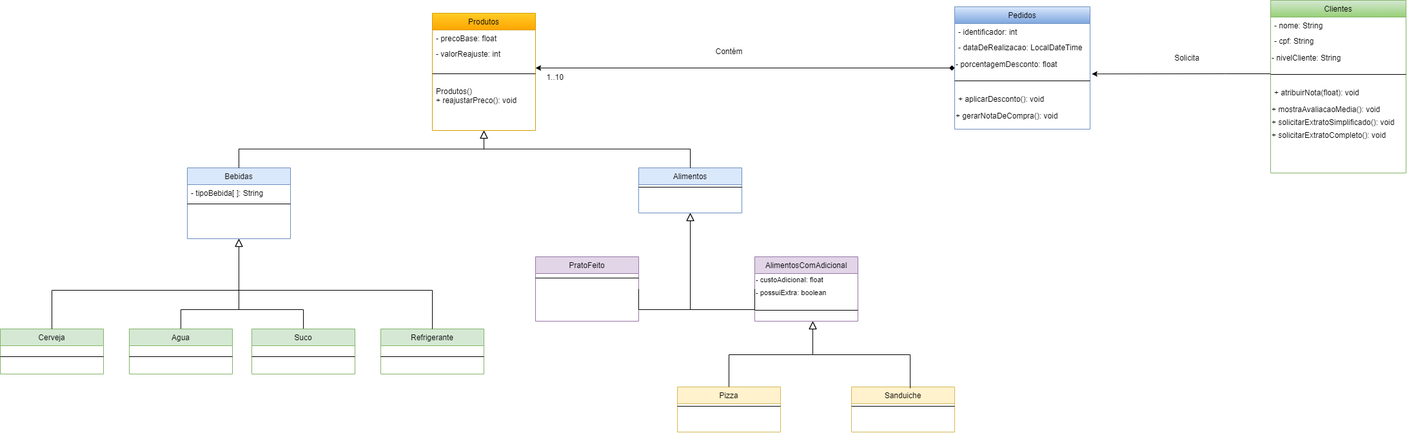
This is UML-TP.png from DisciplinasProgramacao/tp-final-em-grupo-grupo-06-lab-programacao-modular, a draw.io export, as it was before one commit. Source tidied: cells renumbered, new cells last; positions are measured from the earlier drawing's top-left corner, leaving out a move shared by most shapes.
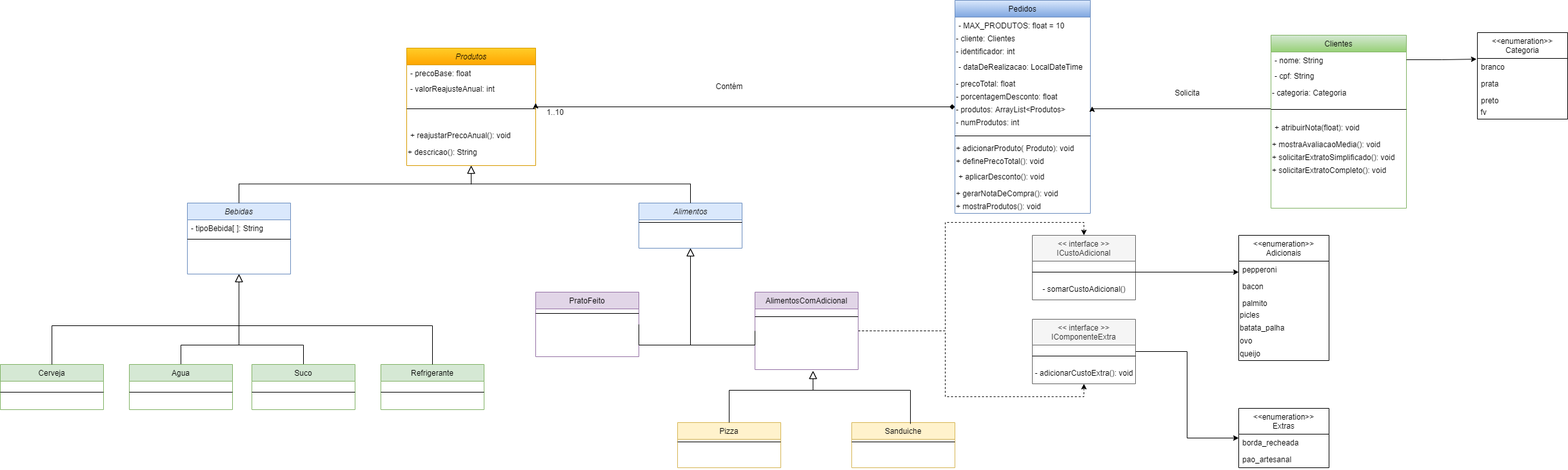
Above is the later version.

Change to the diagram source:
```diff
@@ -2,22 +2,25 @@
   <root>
     <mxCell id="0" />
     <mxCell id="1" parent="0" />
-    <mxCell id="2" value="Produtos" style="swimlane;fontStyle=0;align=center;verticalAlign=top;horizontal=1;startSize=26;rounded=0;shadow=0;strokeWidth=1;fillColor=#ffcd28;gradientColor=#ffa500;strokeColor=#d79b00;" parent="1" vertex="1">
-      <mxGeometry x="670" y="20" width="160" height="182" as="geometry" />
+    <mxCell id="2" value="Produtos" style="swimlane;fontStyle=2;align=center;verticalAlign=top;horizontal=1;startSize=26;rounded=0;shadow=0;strokeWidth=1;fillColor=#ffcd28;gradientColor=#ffa500;strokeColor=#d79b00;" parent="1" vertex="1">
+      <mxGeometry x="630" y="20" width="200" height="182" as="geometry" />
     </mxCell>
     <mxCell id="3" value="- precoBase: float" style="text;align=left;verticalAlign=top;spacingLeft=4;spacingRight=4;overflow=hidden;" parent="2" vertex="1">
-      <mxGeometry y="26" width="160" height="24" as="geometry" />
+      <mxGeometry y="26" width="200" height="24" as="geometry" />
     </mxCell>
-    <mxCell id="4" value="- valorReajuste: int" style="text;align=left;verticalAlign=top;spacingLeft=4;spacingRight=4;overflow=hidden;points=[[0,0.5],[1,0.5]];portConstraint=eastwest;rounded=0;shadow=0;html=0;" parent="2" vertex="1">
-      <mxGeometry y="50" width="160" height="30" as="geometry" />
+    <mxCell id="4" value="- valorReajusteAnual: int" style="text;align=left;verticalAlign=top;spacingLeft=4;spacingRight=4;overflow=hidden;points=[[0,0.5],[1,0.5]];portConstraint=eastwest;rounded=0;shadow=0;html=0;" parent="2" vertex="1">
+      <mxGeometry y="50" width="200" height="30" as="geometry" />
     </mxCell>
     <mxCell id="5" style="line;html=1;strokeWidth=1;align=left;verticalAlign=middle;spacingTop=-1;spacingLeft=3;spacingRight=3;labelPosition=right;" parent="2" vertex="1">
-      <mxGeometry y="80" width="160" height="28" as="geometry" />
+      <mxGeometry y="80" width="200" height="28" as="geometry" />
     </mxCell>
-    <mxCell id="6" value="Produtos()&#10;+ reajustarPreco(): void" style="text;align=left;verticalAlign=top;spacingLeft=4;spacingRight=4;overflow=hidden;" parent="2" vertex="1">
-      <mxGeometry y="108" width="160" height="44" as="geometry" />
+    <mxCell id="6" value="&#10;+ reajustarPrecoAnual(): void" style="text;align=left;verticalAlign=top;spacingLeft=4;spacingRight=4;overflow=hidden;" parent="2" vertex="1">
+      <mxGeometry y="108" width="200" height="44" as="geometry" />
     </mxCell>
+    <mxCell id="61" value="+ descricao(): String" style="text;html=1;align=left;verticalAlign=middle;strokeColor=none;fillColor=none;" parent="2" vertex="1">
+      <mxGeometry y="152" width="200" height="20" as="geometry" />
+    </mxCell>
-    <mxCell id="7" value="Bebidas&#10;" style="swimlane;fontStyle=0;align=center;verticalAlign=top;horizontal=1;startSize=26;rounded=0;shadow=0;strokeWidth=1;fillColor=#dae8fc;strokeColor=#6c8ebf;" parent="1" vertex="1">
+    <mxCell id="7" value="Bebidas&#10;" style="swimlane;fontStyle=2;align=center;verticalAlign=top;horizontal=1;startSize=26;rounded=0;shadow=0;strokeWidth=1;fillColor=#dae8fc;strokeColor=#6c8ebf;" parent="1" vertex="1">
       <mxGeometry x="290" y="260" width="160" height="110" as="geometry" />
     </mxCell>
     <mxCell id="8" value="- tipoBebida[ ]: String" style="text;align=left;verticalAlign=top;spacingLeft=4;spacingRight=4;overflow=hidden;" parent="7" vertex="1">
@@ -29,7 +32,7 @@
     <mxCell id="10" style="endArrow=block;endSize=10;endFill=0;shadow=0;strokeWidth=1;rounded=0;edgeStyle=elbowEdgeStyle;elbow=vertical;" parent="1" edge="1" source="7" target="2">
       <mxGeometry relative="1" as="geometry" />
     </mxCell>
-    <mxCell id="11" value="Alimentos&#10;" style="swimlane;fontStyle=0;align=center;verticalAlign=top;horizontal=1;startSize=26;rounded=0;shadow=0;strokeWidth=1;fillColor=#dae8fc;strokeColor=#6c8ebf;" parent="1" vertex="1">
+    <mxCell id="11" value="Alimentos&#10;" style="swimlane;fontStyle=2;align=center;verticalAlign=top;horizontal=1;startSize=26;rounded=0;shadow=0;strokeWidth=1;fillColor=#dae8fc;strokeColor=#6c8ebf;" parent="1" vertex="1">
       <mxGeometry x="990" y="260" width="160" height="70" as="geometry" />
     </mxCell>
     <mxCell id="12" style="line;html=1;strokeWidth=1;align=left;verticalAlign=middle;spacingTop=-1;spacingLeft=3;spacingRight=3;labelPosition=right;" parent="11" vertex="1">
@@ -95,17 +98,17 @@
         </Array>
       </mxGeometry>
     </mxCell>
+    <mxCell id="62" style="edgeStyle=orthogonalEdgeStyle;rounded=0;jettySize=auto;html=1;entryX=0.5;entryY=1;entryDx=0;entryDy=0;dashed=1;" parent="1" edge="1" source="26" target="73">
+      <mxGeometry relative="1" as="geometry" />
+    </mxCell>
+    <mxCell id="63" style="edgeStyle=orthogonalEdgeStyle;rounded=0;jettySize=auto;html=1;entryX=0.5;entryY=0;entryDx=0;entryDy=0;dashed=1;" parent="1" edge="1" source="26" target="76">
+      <mxGeometry relative="1" as="geometry" />
+    </mxCell>
     <mxCell id="26" value="AlimentosComAdicional" style="swimlane;fontStyle=0;align=center;verticalAlign=top;horizontal=1;startSize=26;rounded=0;shadow=0;strokeWidth=1;fillColor=#e1d5e7;strokeColor=#9673a6;" parent="1" vertex="1">
-      <mxGeometry x="1170" y="398" width="160" height="100" as="geometry" />
+      <mxGeometry x="1170" y="398" width="160" height="120" as="geometry" />
     </mxCell>
-    <mxCell id="27" value="- custoAdicional: float" style="text;html=1;align=left;verticalAlign=middle;strokeColor=none;fillColor=none;fontSize=11;fontFamily=Helvetica;fontColor=default;" parent="26" vertex="1">
-      <mxGeometry y="26" width="160" height="20" as="geometry" />
-    </mxCell>
-    <mxCell id="28" value="- possuiExtra: boolean" style="text;html=1;align=left;verticalAlign=middle;strokeColor=none;fillColor=none;fontSize=11;fontFamily=Helvetica;fontColor=default;" parent="26" vertex="1">
-      <mxGeometry y="46" width="160" height="20" as="geometry" />
-    </mxCell>
     <mxCell id="29" style="line;html=1;strokeWidth=1;align=left;verticalAlign=middle;spacingTop=-1;spacingLeft=3;spacingRight=3;labelPosition=right;" parent="26" vertex="1">
-      <mxGeometry y="66" width="160" height="34" as="geometry" />
+      <mxGeometry y="26" width="160" height="24" as="geometry" />
     </mxCell>
     <mxCell id="30" value="Pizza" style="swimlane;fontStyle=0;align=center;verticalAlign=top;horizontal=1;startSize=26;rounded=0;shadow=0;strokeWidth=1;fillColor=#fff2cc;strokeColor=#d6b656;" parent="1" vertex="1">
       <mxGeometry x="1050" y="600" width="160" height="70" as="geometry" />
@@ -121,7 +124,7 @@
     </mxCell>
     <mxCell id="34" style="endArrow=block;endSize=10;endFill=0;shadow=0;strokeWidth=1;rounded=0;edgeStyle=elbowEdgeStyle;elbow=vertical;exitX=0.569;exitY=0.029;exitDx=0;exitDy=0;exitPerimeter=0;" parent="1" edge="1" source="32">
       <mxGeometry relative="1" as="geometry">
-        <mxPoint x="1260" y="498" as="targetPoint" />
+        <mxPoint x="1260" y="520" as="targetPoint" />
         <Array as="points">
           <mxPoint x="1340" y="550" />
         </Array>
@@ -129,7 +132,7 @@
     </mxCell>
     <mxCell id="35" style="endArrow=block;endSize=10;endFill=0;shadow=0;strokeWidth=1;rounded=0;edgeStyle=elbowEdgeStyle;elbow=vertical;exitX=0.5;exitY=0;exitDx=0;exitDy=0;" parent="1" edge="1" source="30">
       <mxGeometry relative="1" as="geometry">
-        <mxPoint x="1260" y="498" as="targetPoint" />
+        <mxPoint x="1260" y="520" as="targetPoint" />
         <Array as="points">
           <mxPoint x="1220" y="550" />
         </Array>
@@ -160,29 +163,57 @@
       </mxGeometry>
     </mxCell>
     <mxCell id="40" style="edgeStyle=orthogonalEdgeStyle;shape=connector;rounded=0;jettySize=auto;html=1;entryX=1;entryY=1.167;entryDx=0;entryDy=0;entryPerimeter=0;labelBackgroundColor=default;fontFamily=Helvetica;fontSize=12;fontColor=default;startArrow=diamond;startFill=1;endArrow=classic;endFill=1;strokeColor=default;" parent="1" edge="1" source="41" target="4">
-      <mxGeometry relative="1" as="geometry" />
+      <mxGeometry relative="1" as="geometry">
+        <Array as="points">
+          <mxPoint x="830" y="111" />
+        </Array>
+      </mxGeometry>
     </mxCell>
     <mxCell id="41" value="Pedidos&#10;" style="swimlane;fontStyle=0;align=center;verticalAlign=top;horizontal=1;startSize=26;rounded=0;shadow=0;strokeWidth=1;fillColor=#dae8fc;gradientColor=#7ea6e0;strokeColor=#6c8ebf;" parent="1" vertex="1">
-      <mxGeometry x="1480" y="10" width="210" height="190" as="geometry" />
+      <mxGeometry x="1480" y="-54" width="210" height="330" as="geometry" />
     </mxCell>
-    <mxCell id="42" value="- identificador: int" style="text;align=left;verticalAlign=top;spacingLeft=4;spacingRight=4;overflow=hidden;" parent="41" vertex="1">
+    <mxCell id="42" value="- MAX_PRODUTOS: float = 10" style="text;align=left;verticalAlign=top;spacingLeft=4;spacingRight=4;overflow=hidden;" parent="41" vertex="1">
       <mxGeometry y="26" width="210" height="24" as="geometry" />
     </mxCell>
+    <mxCell id="64" value="- cliente: Clientes" style="text;html=1;align=left;verticalAlign=middle;strokeColor=none;fillColor=none;" parent="41" vertex="1">
+      <mxGeometry y="50" width="210" height="20" as="geometry" />
+    </mxCell>
+    <mxCell id="65" value="- identificador: int" style="text;html=1;align=left;verticalAlign=middle;strokeColor=none;fillColor=none;" parent="41" vertex="1">
+      <mxGeometry y="70" width="210" height="20" as="geometry" />
+    </mxCell>
     <mxCell id="43" value="- dataDeRealizacao: LocalDateTime" style="text;align=left;verticalAlign=top;spacingLeft=4;spacingRight=4;overflow=hidden;rounded=0;shadow=0;html=0;" parent="41" vertex="1">
-      <mxGeometry y="50" width="210" height="30" as="geometry" />
+      <mxGeometry y="90" width="210" height="30" as="geometry" />
     </mxCell>
+    <mxCell id="66" value="- precoTotal: float" style="text;html=1;align=left;verticalAlign=middle;strokeColor=none;fillColor=none;" parent="41" vertex="1">
+      <mxGeometry y="120" width="210" height="20" as="geometry" />
+    </mxCell>
     <mxCell id="44" value="&lt;font style=&quot;font-size: 12px;&quot;&gt;- porcentagemDesconto: float&lt;/font&gt;" style="text;html=1;align=left;verticalAlign=middle;points=[];strokeColor=none;fillColor=none;fontSize=11;fontFamily=Helvetica;fontColor=default;" parent="41" vertex="1">
-      <mxGeometry y="80" width="210" height="20" as="geometry" />
+      <mxGeometry y="140" width="210" height="20" as="geometry" />
     </mxCell>
+    <mxCell id="67" value="- produtos: ArrayList&amp;lt;Produtos&amp;gt;" style="text;html=1;align=left;verticalAlign=middle;strokeColor=none;fillColor=none;fontStyle=0;" parent="41" vertex="1">
+      <mxGeometry y="160" width="210" height="20" as="geometry" />
+    </mxCell>
+    <mxCell id="68" value="- numProdutos: int" style="text;html=1;align=left;verticalAlign=middle;strokeColor=none;fillColor=none;" parent="41" vertex="1">
+      <mxGeometry y="180" width="210" height="20" as="geometry" />
+    </mxCell>
     <mxCell id="45" style="line;html=1;strokeWidth=1;align=left;verticalAlign=middle;spacingTop=-1;spacingLeft=3;spacingRight=3;labelPosition=right;" parent="41" vertex="1">
-      <mxGeometry y="100" width="210" height="30" as="geometry" />
+      <mxGeometry y="200" width="210" height="20" as="geometry" />
     </mxCell>
+    <mxCell id="69" value="+ adicionarProduto( Produto): void" style="text;html=1;align=left;verticalAlign=middle;strokeColor=none;fillColor=none;" parent="41" vertex="1">
+      <mxGeometry y="220" width="210" height="20" as="geometry" />
+    </mxCell>
+    <mxCell id="70" value="+ definePrecoTotal(): void" style="text;html=1;align=left;verticalAlign=middle;strokeColor=none;fillColor=none;" parent="41" vertex="1">
+      <mxGeometry y="240" width="210" height="20" as="geometry" />
+    </mxCell>
     <mxCell id="46" value="+ aplicarDesconto(): void" style="text;align=left;verticalAlign=top;spacingLeft=4;spacingRight=4;overflow=hidden;" parent="41" vertex="1">
-      <mxGeometry y="130" width="210" height="30" as="geometry" />
+      <mxGeometry y="260" width="210" height="30" as="geometry" />
     </mxCell>
     <mxCell id="47" value="+ gerarNotaDeCompra(): void" style="text;html=1;align=left;verticalAlign=middle;strokeColor=none;fillColor=none;fontSize=12;fontFamily=Helvetica;fontColor=default;" parent="41" vertex="1">
-      <mxGeometry y="160" width="210" height="20" as="geometry" />
+      <mxGeometry y="290" width="210" height="20" as="geometry" />
     </mxCell>
+    <mxCell id="71" value="+ mostraProdutos(): void" style="text;html=1;align=left;verticalAlign=middle;strokeColor=none;fillColor=none;" parent="41" vertex="1">
+      <mxGeometry y="310" width="210" height="20" as="geometry" />
+    </mxCell>
     <mxCell id="48" value="Contém" style="text;html=1;align=center;verticalAlign=middle;strokeColor=none;fillColor=none;fontSize=12;fontFamily=Helvetica;fontColor=default;" parent="1" vertex="1">
       <mxGeometry x="1100" y="70" width="60" height="20" as="geometry" />
     </mxCell>
@@ -192,8 +223,7 @@
     <mxCell id="50" style="edgeStyle=orthogonalEdgeStyle;shape=connector;rounded=0;jettySize=auto;html=1;entryX=1.013;entryY=1.213;entryDx=0;entryDy=0;entryPerimeter=0;labelBackgroundColor=default;fontFamily=Helvetica;fontSize=12;fontColor=default;startArrow=none;startFill=0;endArrow=classic;endFill=1;strokeColor=default;" parent="1" edge="1" source="51" target="44">
       <mxGeometry relative="1" as="geometry">
         <Array as="points">
-          <mxPoint x="1900" y="114" />
-          <mxPoint x="1900" y="114" />
+          <mxPoint x="1693" y="114" />
         </Array>
       </mxGeometry>
     </mxCell>
@@ -206,7 +236,7 @@
     <mxCell id="53" value="- cpf: String" style="text;align=left;verticalAlign=top;spacingLeft=4;spacingRight=4;overflow=hidden;rounded=0;shadow=0;html=0;" parent="51" vertex="1">
       <mxGeometry y="50" width="210" height="30" as="geometry" />
     </mxCell>
-    <mxCell id="54" value="- nivelCliente: String" style="text;html=1;align=left;verticalAlign=middle;strokeColor=none;fillColor=none;fontSize=12;fontFamily=Helvetica;fontColor=default;" parent="51" vertex="1">
+    <mxCell id="54" value="- categoria: Categoria" style="text;html=1;align=left;verticalAlign=middle;strokeColor=none;fillColor=none;fontSize=12;fontFamily=Helvetica;fontColor=default;" parent="51" vertex="1">
       <mxGeometry y="80" width="210" height="20" as="geometry" />
     </mxCell>
     <mxCell id="55" style="line;html=1;strokeWidth=1;align=left;verticalAlign=middle;spacingTop=-1;spacingLeft=3;spacingRight=3;labelPosition=right;" parent="51" vertex="1">
@@ -227,5 +257,80 @@
     <mxCell id="60" value="Solicita" style="text;html=1;align=center;verticalAlign=middle;strokeColor=none;fillColor=none;fontSize=12;fontFamily=Helvetica;fontColor=default;" parent="1" vertex="1">
       <mxGeometry x="1815" y="80" width="50" height="20" as="geometry" />
     </mxCell>
+    <mxCell id="72" style="edgeStyle=orthogonalEdgeStyle;rounded=0;jettySize=auto;html=1;entryX=0;entryY=0.5;entryDx=0;entryDy=0;" parent="1" edge="1" source="73" target="94">
+      <mxGeometry relative="1" as="geometry" />
+    </mxCell>
+    <mxCell id="73" value="&lt;&lt; interface &gt;&gt;&#10;IComponenteExtra" style="swimlane;fontStyle=0;align=center;verticalAlign=top;horizontal=1;startSize=40;rounded=0;shadow=0;strokeWidth=1;fillColor=#f5f5f5;fontColor=#333333;strokeColor=#666666;" parent="1" vertex="1">
+      <mxGeometry x="1600" y="440" width="160" height="100" as="geometry" />
+    </mxCell>
+    <mxCell id="74" style="line;html=1;strokeWidth=1;align=left;verticalAlign=middle;spacingTop=-1;spacingLeft=3;spacingRight=3;labelPosition=right;" parent="73" vertex="1">
+      <mxGeometry y="40" width="160" height="34" as="geometry" />
+    </mxCell>
+    <mxCell id="75" value="- adicionarCustoExtra(): void" style="text;html=1;align=center;verticalAlign=middle;strokeColor=none;fillColor=none;" parent="73" vertex="1">
+      <mxGeometry y="74" width="160" height="20" as="geometry" />
+    </mxCell>
+    <mxCell id="76" value="&lt;&lt; interface &gt;&gt;&#10;ICustoAdicional" style="swimlane;fontStyle=0;align=center;verticalAlign=top;horizontal=1;startSize=40;rounded=0;shadow=0;strokeWidth=1;fillColor=#f5f5f5;fontColor=#333333;strokeColor=#666666;" parent="1" vertex="1">
+      <mxGeometry x="1600" y="310" width="160" height="100" as="geometry" />
+    </mxCell>
+    <mxCell id="77" style="line;html=1;strokeWidth=1;align=left;verticalAlign=middle;spacingTop=-1;spacingLeft=3;spacingRight=3;labelPosition=right;points=[];portConstraint=eastwest;" parent="76" vertex="1">
+      <mxGeometry y="40" width="160" height="34" as="geometry" />
+    </mxCell>
+    <mxCell id="78" value="- somarCustoAdicional()" style="text;html=1;align=center;verticalAlign=middle;strokeColor=none;fillColor=none;" parent="76" vertex="1">
+      <mxGeometry y="74" width="160" height="20" as="geometry" />
+    </mxCell>
+    <mxCell id="79" value="&lt;&lt;enumeration&gt;&gt;&#10;Categoria" style="swimlane;fontStyle=0;horizontal=1;startSize=40;fillColor=none;" parent="1" vertex="1">
+      <mxGeometry x="2290" y="-4" width="140" height="134" as="geometry" />
+    </mxCell>
+    <mxCell id="80" value="branco" style="text;strokeColor=none;fillColor=none;align=left;verticalAlign=top;spacingLeft=4;spacingRight=4;overflow=hidden;" parent="79" vertex="1">
+      <mxGeometry y="40" width="140" height="26" as="geometry" />
+    </mxCell>
+    <mxCell id="81" value="prata" style="text;strokeColor=none;fillColor=none;align=left;verticalAlign=top;spacingLeft=4;spacingRight=4;overflow=hidden;" parent="79" vertex="1">
+      <mxGeometry y="66" width="140" height="26" as="geometry" />
+    </mxCell>
+    <mxCell id="82" value="preto&#10;" style="text;strokeColor=none;fillColor=none;align=left;verticalAlign=top;spacingLeft=4;spacingRight=4;overflow=hidden;" parent="79" vertex="1">
+      <mxGeometry y="92" width="140" height="22" as="geometry" />
+    </mxCell>
+    <mxCell id="83" value="&amp;nbsp;fv" style="text;html=1;align=left;verticalAlign=middle;strokeColor=none;fillColor=none;" parent="79" vertex="1">
+      <mxGeometry y="114" width="140" height="20" as="geometry" />
+    </mxCell>
+    <mxCell id="84" style="edgeStyle=orthogonalEdgeStyle;rounded=0;jettySize=auto;html=1;entryX=-0.009;entryY=0.307;entryDx=0;entryDy=0;entryPerimeter=0;" parent="1" edge="1" source="52" target="79">
+      <mxGeometry relative="1" as="geometry" />
+    </mxCell>
+    <mxCell id="85" value="&lt;&lt;enumeration&gt;&gt;&#10;Adicionais" style="swimlane;fontStyle=0;horizontal=1;startSize=40;fillColor=none;" parent="1" vertex="1">
+      <mxGeometry x="1920" y="310" width="140" height="194" as="geometry" />
+    </mxCell>
+    <mxCell id="86" value="pepperoni" style="text;strokeColor=none;fillColor=none;align=left;verticalAlign=top;spacingLeft=4;spacingRight=4;overflow=hidden;" parent="85" vertex="1">
+      <mxGeometry y="40" width="140" height="26" as="geometry" />
+    </mxCell>
+    <mxCell id="87" value="bacon" style="text;strokeColor=none;fillColor=none;align=left;verticalAlign=top;spacingLeft=4;spacingRight=4;overflow=hidden;points=[[0,0.5],[1,0.5]];portConstraint=eastwest;" parent="85" vertex="1">
+      <mxGeometry y="66" width="140" height="26" as="geometry" />
+    </mxCell>
+    <mxCell id="88" value="palmito" style="text;strokeColor=none;fillColor=none;align=left;verticalAlign=top;spacingLeft=4;spacingRight=4;overflow=hidden;" parent="85" vertex="1">
+      <mxGeometry y="92" width="140" height="22" as="geometry" />
+    </mxCell>
+    <mxCell id="89" value="picles&lt;br&gt;" style="text;html=1;align=left;verticalAlign=middle;strokeColor=none;fillColor=none;" parent="85" vertex="1">
+      <mxGeometry y="114" width="140" height="20" as="geometry" />
+    </mxCell>
+    <mxCell id="90" value="batata_palha" style="text;html=1;align=left;verticalAlign=middle;strokeColor=none;fillColor=none;" parent="85" vertex="1">
+      <mxGeometry y="134" width="140" height="20" as="geometry" />
+    </mxCell>
+    <mxCell id="91" value="ovo" style="text;html=1;align=left;verticalAlign=middle;strokeColor=none;fillColor=none;" parent="85" vertex="1">
+      <mxGeometry y="154" width="140" height="20" as="geometry" />
+    </mxCell>
+    <mxCell id="92" value="queijo" style="text;html=1;align=left;verticalAlign=middle;strokeColor=none;fillColor=none;" parent="85" vertex="1">
+      <mxGeometry y="174" width="140" height="20" as="geometry" />
+    </mxCell>
+    <mxCell id="93" style="edgeStyle=orthogonalEdgeStyle;rounded=0;jettySize=auto;html=1;entryX=0;entryY=-0.346;entryDx=0;entryDy=0;entryPerimeter=0;" parent="1" edge="1" source="77" target="87">
+      <mxGeometry relative="1" as="geometry" />
+    </mxCell>
+    <mxCell id="94" value="&lt;&lt;enumeration&gt;&gt;&#10;Extras" style="swimlane;fontStyle=0;horizontal=1;startSize=40;fillColor=none;" parent="1" vertex="1">
+      <mxGeometry x="1920" y="578" width="140" height="92" as="geometry" />
+    </mxCell>
+    <mxCell id="95" value="borda_recheada" style="text;strokeColor=none;fillColor=none;align=left;verticalAlign=top;spacingLeft=4;spacingRight=4;overflow=hidden;" parent="94" vertex="1">
+      <mxGeometry y="40" width="140" height="26" as="geometry" />
+    </mxCell>
+    <mxCell id="96" value="pao_artesanal" style="text;strokeColor=none;fillColor=none;align=left;verticalAlign=top;spacingLeft=4;spacingRight=4;overflow=hidden;" parent="94" vertex="1">
+      <mxGeometry y="66" width="140" height="26" as="geometry" />
+    </mxCell>
   </root>
 </mxGraphModel>
```
